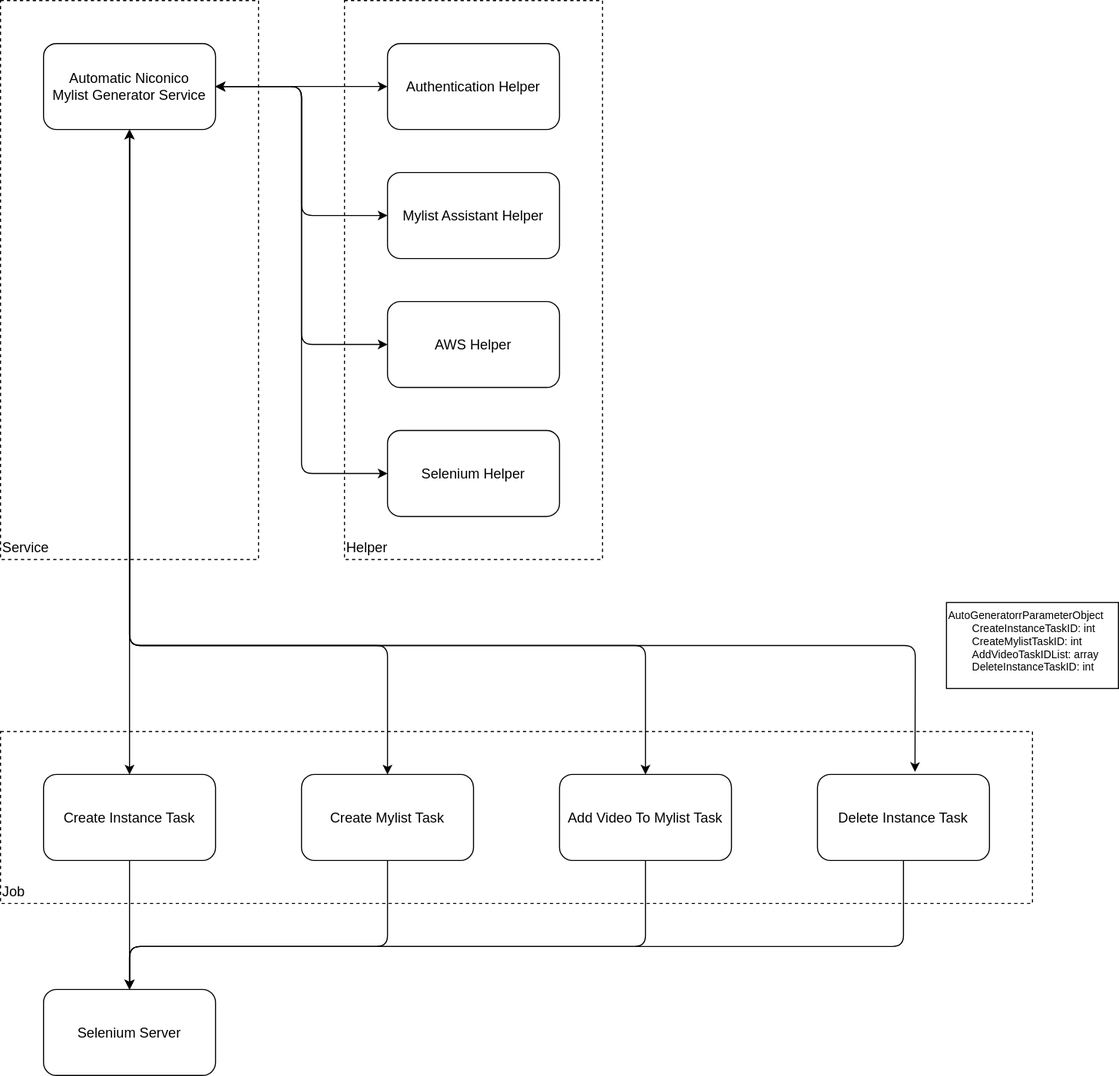
Earlier version of the draw.io export Doc/AutomaticNiconicoMylistGenerator/assets/component.svg (PONzu-0529/ponzu0529-niconico). Source tidied: cells renumbered, new cells last; positions are measured from the earlier drawing's top-left corner, leaving out a move shared by most shapes.
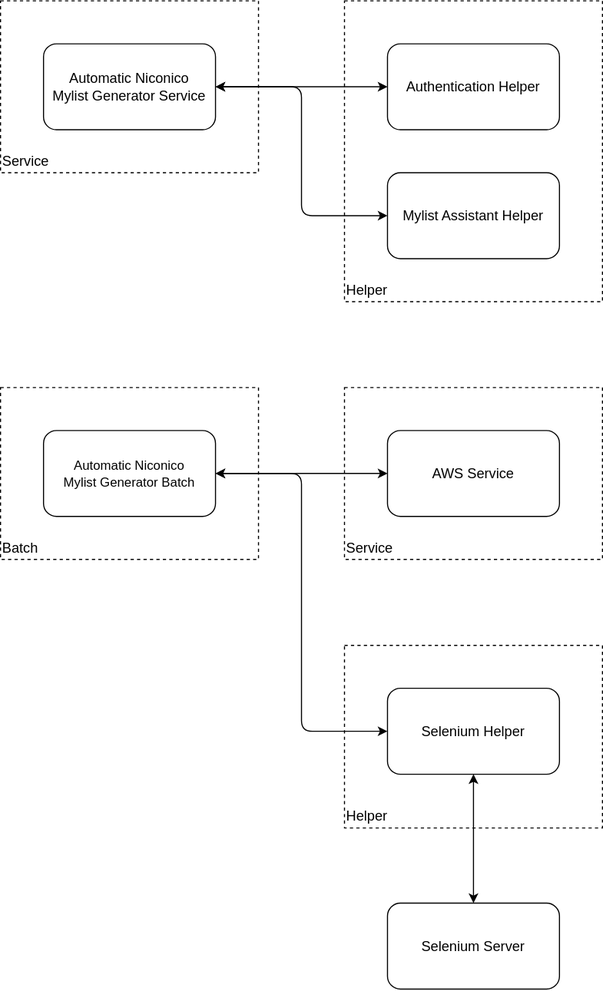
The same file after the commit.

Commit message:
Update Component Diagram #141

What changed in the source:
```diff
@@ -3,134 +3,65 @@
     <mxCell id="0" />
     <mxCell id="1" parent="0" />
     <mxCell id="2" value="&lt;font style=&quot;font-size: 13px;&quot;&gt;Selenium Server&lt;/font&gt;" style="rounded=1;whiteSpace=wrap;html=1;fillColor=none;fontSize=13;" parent="1" vertex="1">
-      <mxGeometry x="40" y="920" width="160" height="80" as="geometry" />
+      <mxGeometry x="360" y="840" width="160" height="80" as="geometry" />
     </mxCell>
-    <mxCell id="3" value="Job" style="rounded=0;whiteSpace=wrap;html=1;fontSize=13;fillColor=none;align=left;verticalAlign=bottom;dashed=1;" parent="1" vertex="1">
-      <mxGeometry y="680" width="960" height="160" as="geometry" />
+    <mxCell id="3" value="Batch" style="rounded=0;whiteSpace=wrap;html=1;fontSize=13;fillColor=none;align=left;verticalAlign=bottom;dashed=1;" parent="1" vertex="1">
+      <mxGeometry y="360" width="240" height="160" as="geometry" />
     </mxCell>
-    <mxCell id="4" style="edgeStyle=none;html=1;exitX=0.5;exitY=1;exitDx=0;exitDy=0;entryX=0.5;entryY=0;entryDx=0;entryDy=0;fontSize=10;" parent="1" edge="1" source="5" target="2">
-      <mxGeometry relative="1" as="geometry" />
-    </mxCell>
+    <mxCell id="28" style="edgeStyle=none;html=1;exitX=1;exitY=0.5;exitDx=0;exitDy=0;entryX=0;entryY=0.5;entryDx=0;entryDy=0;startArrow=classic;startFill=1;" parent="1" edge="1" source="5" target="31">
+      <mxGeometry relative="1" as="geometry" />
+    </mxCell>
+    <mxCell id="29" style="edgeStyle=none;html=1;exitX=1;exitY=0.5;exitDx=0;exitDy=0;entryX=0;entryY=0.5;entryDx=0;entryDy=0;startArrow=classic;startFill=1;" parent="1" edge="1" source="5" target="24">
+      <mxGeometry relative="1" as="geometry">
+        <Array as="points">
+          <mxPoint x="280" y="440" />
+          <mxPoint x="280" y="680" />
+        </Array>
+      </mxGeometry>
+    </mxCell>
-    <mxCell id="5" value="&lt;font style=&quot;font-size: 13px;&quot;&gt;Create Instance Task&lt;/font&gt;" style="rounded=1;whiteSpace=wrap;html=1;fillColor=none;fontSize=13;" parent="1" vertex="1">
-      <mxGeometry x="40" y="720" width="160" height="80" as="geometry" />
+    <mxCell id="5" value="&lt;span style=&quot;font-size: 12px; text-align: left;&quot;&gt;Automatic Niconico&lt;br&gt;Mylist Generator Batch&lt;/span&gt;" style="rounded=1;whiteSpace=wrap;html=1;fillColor=none;fontSize=13;" parent="1" vertex="1">
+      <mxGeometry x="40" y="400" width="160" height="80" as="geometry" />
     </mxCell>
-    <mxCell id="6" style="edgeStyle=none;html=1;exitX=0.5;exitY=1;exitDx=0;exitDy=0;entryX=0.5;entryY=0;entryDx=0;entryDy=0;fontSize=10;" parent="1" edge="1" source="7" target="2">
-      <mxGeometry relative="1" as="geometry">
-        <Array as="points">
-          <mxPoint x="360" y="880" />
-          <mxPoint x="120" y="880" />
-        </Array>
-      </mxGeometry>
-    </mxCell>
-    <mxCell id="7" value="&lt;font style=&quot;font-size: 13px;&quot;&gt;Create Mylist Task&lt;/font&gt;" style="rounded=1;whiteSpace=wrap;html=1;fillColor=none;fontSize=13;" parent="1" vertex="1">
-      <mxGeometry x="280" y="720" width="160" height="80" as="geometry" />
-    </mxCell>
-    <mxCell id="8" style="edgeStyle=none;html=1;exitX=0.5;exitY=1;exitDx=0;exitDy=0;entryX=0.5;entryY=0;entryDx=0;entryDy=0;fontSize=10;" parent="1" edge="1" source="9" target="2">
-      <mxGeometry relative="1" as="geometry">
-        <Array as="points">
-          <mxPoint x="600" y="880" />
-          <mxPoint x="120" y="880" />
-        </Array>
-      </mxGeometry>
-    </mxCell>
-    <mxCell id="9" value="&lt;font style=&quot;font-size: 13px;&quot;&gt;Add Video To Mylist Task&lt;/font&gt;" style="rounded=1;whiteSpace=wrap;html=1;fillColor=none;fontSize=13;" parent="1" vertex="1">
-      <mxGeometry x="520" y="720" width="160" height="80" as="geometry" />
-    </mxCell>
-    <mxCell id="10" style="edgeStyle=none;html=1;exitX=0.5;exitY=1;exitDx=0;exitDy=0;entryX=0.5;entryY=0;entryDx=0;entryDy=0;fontSize=10;" parent="1" edge="1" source="11" target="2">
-      <mxGeometry relative="1" as="geometry">
-        <Array as="points">
-          <mxPoint x="840" y="880" />
-          <mxPoint x="120" y="880" />
-        </Array>
-      </mxGeometry>
-    </mxCell>
-    <mxCell id="11" value="&lt;font style=&quot;font-size: 13px;&quot;&gt;Delete Instance Task&lt;/font&gt;" style="rounded=1;whiteSpace=wrap;html=1;fillColor=none;fontSize=13;" parent="1" vertex="1">
-      <mxGeometry x="760" y="720" width="160" height="80" as="geometry" />
-    </mxCell>
     <mxCell id="12" value="Service" style="rounded=0;whiteSpace=wrap;html=1;fontSize=13;fillColor=none;align=left;verticalAlign=bottom;dashed=1;" parent="1" vertex="1">
-      <mxGeometry width="240" height="520" as="geometry" />
+      <mxGeometry width="240" height="160" as="geometry" />
     </mxCell>
     <mxCell id="13" value="Helper" style="rounded=0;whiteSpace=wrap;html=1;fontSize=13;fillColor=none;align=left;verticalAlign=bottom;dashed=1;" parent="1" vertex="1">
-      <mxGeometry x="320" width="240" height="520" as="geometry" />
+      <mxGeometry x="320" width="240" height="280" as="geometry" />
     </mxCell>
-    <mxCell id="14" style="edgeStyle=none;html=1;exitX=0.5;exitY=1;exitDx=0;exitDy=0;fontSize=13;startArrow=classic;startFill=1;entryX=0.5;entryY=0;entryDx=0;entryDy=0;" parent="1" edge="1" source="22" target="7">
-      <mxGeometry relative="1" as="geometry">
-        <Array as="points">
-          <mxPoint x="120" y="600" />
-          <mxPoint x="360" y="600" />
-        </Array>
-      </mxGeometry>
-    </mxCell>
+    <mxCell id="17" style="edgeStyle=none;html=1;exitX=1;exitY=0.5;exitDx=0;exitDy=0;entryX=0;entryY=0.5;entryDx=0;entryDy=0;startArrow=classic;startFill=1;" parent="1" edge="1" source="22" target="25">
+      <mxGeometry relative="1" as="geometry">
+        <Array as="points">
+          <mxPoint x="280" y="80" />
+          <mxPoint x="280" y="200" />
+        </Array>
+      </mxGeometry>
+    </mxCell>
-    <mxCell id="15" style="edgeStyle=none;html=1;exitX=1;exitY=0.5;exitDx=0;exitDy=0;entryX=0;entryY=0.5;entryDx=0;entryDy=0;fontSize=13;startArrow=classic;startFill=1;" parent="1" edge="1" source="22" target="26">
+    <mxCell id="15" style="edgeStyle=none;html=1;exitX=1;exitY=0.5;exitDx=0;exitDy=0;entryX=0;entryY=0.5;entryDx=0;entryDy=0;startArrow=classic;startFill=1;" parent="1" edge="1" source="22" target="26">
       <mxGeometry relative="1" as="geometry" />
     </mxCell>
-    <mxCell id="16" style="edgeStyle=none;html=1;exitX=0.5;exitY=1;exitDx=0;exitDy=0;entryX=0.5;entryY=0;entryDx=0;entryDy=0;fontSize=13;startArrow=classic;startFill=1;" parent="1" edge="1" source="22" target="5">
-      <mxGeometry relative="1" as="geometry">
-        <Array as="points">
-          <mxPoint x="120" y="560" />
-        </Array>
-      </mxGeometry>
-    </mxCell>
-    <mxCell id="17" style="edgeStyle=none;html=1;exitX=1;exitY=0.5;exitDx=0;exitDy=0;entryX=0;entryY=0.5;entryDx=0;entryDy=0;fontSize=13;startArrow=classic;startFill=1;" parent="1" edge="1" source="22" target="25">
-      <mxGeometry relative="1" as="geometry">
-        <Array as="points">
-          <mxPoint x="280" y="80" />
-          <mxPoint x="280" y="200" />
-        </Array>
-      </mxGeometry>
-    </mxCell>
-    <mxCell id="18" style="edgeStyle=none;html=1;exitX=1;exitY=0.5;exitDx=0;exitDy=0;entryX=0;entryY=0.5;entryDx=0;entryDy=0;fontSize=13;startArrow=classic;startFill=1;" parent="1" edge="1" source="22" target="23">
-      <mxGeometry relative="1" as="geometry">
-        <Array as="points">
-          <mxPoint x="280" y="80" />
-          <mxPoint x="280" y="320" />
-        </Array>
-      </mxGeometry>
-    </mxCell>
-    <mxCell id="19" style="edgeStyle=none;html=1;exitX=1;exitY=0.5;exitDx=0;exitDy=0;entryX=0;entryY=0.5;entryDx=0;entryDy=0;fontSize=13;startArrow=classic;startFill=1;" parent="1" edge="1" source="22" target="24">
-      <mxGeometry relative="1" as="geometry">
-        <Array as="points">
-          <mxPoint x="280" y="80" />
-          <mxPoint x="280" y="440" />
-        </Array>
-      </mxGeometry>
-    </mxCell>
-    <mxCell id="20" style="edgeStyle=none;html=1;exitX=0.5;exitY=1;exitDx=0;exitDy=0;entryX=0.5;entryY=0;entryDx=0;entryDy=0;fontSize=13;startArrow=classic;startFill=1;" parent="1" edge="1" source="22" target="9">
-      <mxGeometry relative="1" as="geometry">
-        <Array as="points">
-          <mxPoint x="120" y="600" />
-          <mxPoint x="360" y="600" />
-          <mxPoint x="500" y="600" />
-          <mxPoint x="600" y="600" />
-        </Array>
-      </mxGeometry>
-    </mxCell>
-    <mxCell id="21" style="edgeStyle=none;html=1;exitX=0.5;exitY=1;exitDx=0;exitDy=0;entryX=0.567;entryY=-0.03;entryDx=0;entryDy=0;fontSize=13;startArrow=classic;startFill=1;entryPerimeter=0;" parent="1" edge="1" source="22" target="11">
-      <mxGeometry relative="1" as="geometry">
-        <Array as="points">
-          <mxPoint x="120" y="600" />
-          <mxPoint x="270" y="600" />
-          <mxPoint x="851" y="600" />
-        </Array>
-      </mxGeometry>
-    </mxCell>
     <mxCell id="22" value="Automatic Niconico&lt;br&gt;Mylist Generator Service" style="rounded=1;whiteSpace=wrap;html=1;fillColor=none;fontSize=13;" parent="1" vertex="1">
       <mxGeometry x="40" y="40" width="160" height="80" as="geometry" />
     </mxCell>
-    <mxCell id="23" value="AWS Helper" style="rounded=1;whiteSpace=wrap;html=1;fillColor=none;fontSize=13;" parent="1" vertex="1">
-      <mxGeometry x="360" y="280" width="160" height="80" as="geometry" />
-    </mxCell>
-    <mxCell id="24" value="Selenium Helper" style="rounded=1;whiteSpace=wrap;html=1;fillColor=none;fontSize=13;" parent="1" vertex="1">
-      <mxGeometry x="360" y="400" width="160" height="80" as="geometry" />
-    </mxCell>
     <mxCell id="25" value="Mylist Assistant Helper" style="rounded=1;whiteSpace=wrap;html=1;fillColor=none;fontSize=13;" parent="1" vertex="1">
       <mxGeometry x="360" y="160" width="160" height="80" as="geometry" />
     </mxCell>
     <mxCell id="26" value="Authentication Helper" style="rounded=1;whiteSpace=wrap;html=1;fillColor=none;fontSize=13;" parent="1" vertex="1">
       <mxGeometry x="360" y="40" width="160" height="80" as="geometry" />
     </mxCell>
-    <mxCell id="27" value="AutoGeneratorrParameterObject&lt;br&gt;&lt;span style=&quot;&quot;&gt;&#9;&lt;/span&gt;&lt;span style=&quot;white-space: pre;&quot;&gt;&#9;&lt;/span&gt;CreateInstanceTaskID: int&lt;br style=&quot;font-size: 10px;&quot;&gt;&lt;span style=&quot;&quot;&gt;&#9;&lt;/span&gt;&lt;span style=&quot;white-space: pre;&quot;&gt;&#9;&lt;/span&gt;CreateMylistTaskID: int&lt;br style=&quot;font-size: 10px;&quot;&gt;&lt;span style=&quot;&quot;&gt;&#9;&lt;/span&gt;&lt;span style=&quot;white-space: pre;&quot;&gt;&#9;&lt;/span&gt;AddVideoTaskIDList: array&lt;br style=&quot;font-size: 10px;&quot;&gt;&lt;span style=&quot;&quot;&gt;&#9;&lt;/span&gt;&lt;span style=&quot;white-space: pre;&quot;&gt;&#9;&lt;/span&gt;DeleteInstanceTaskID: int" style="rounded=0;whiteSpace=wrap;html=1;fillColor=none;align=left;verticalAlign=top;fontSize=10;" parent="1" vertex="1">
-      <mxGeometry x="880" y="560" width="160" height="80" as="geometry" />
-    </mxCell>
+    <mxCell id="30" value="Service" style="rounded=0;whiteSpace=wrap;html=1;fontSize=13;fillColor=none;align=left;verticalAlign=bottom;dashed=1;" parent="1" vertex="1">
+      <mxGeometry x="320" y="360" width="240" height="160" as="geometry" />
+    </mxCell>
+    <mxCell id="31" value="AWS Service" style="rounded=1;whiteSpace=wrap;html=1;fillColor=none;fontSize=13;" parent="1" vertex="1">
+      <mxGeometry x="360" y="400" width="160" height="80" as="geometry" />
+    </mxCell>
+    <mxCell id="32" value="Helper" style="rounded=0;whiteSpace=wrap;html=1;fontSize=13;fillColor=none;align=left;verticalAlign=bottom;dashed=1;" parent="1" vertex="1">
+      <mxGeometry x="320" y="600" width="240" height="170" as="geometry" />
+    </mxCell>
+    <mxCell id="33" style="edgeStyle=none;html=1;exitX=0.5;exitY=1;exitDx=0;exitDy=0;entryX=0.5;entryY=0;entryDx=0;entryDy=0;startArrow=classic;startFill=1;" parent="1" edge="1" source="24" target="2">
+      <mxGeometry relative="1" as="geometry" />
+    </mxCell>
+    <mxCell id="24" value="Selenium Helper" style="rounded=1;whiteSpace=wrap;html=1;fillColor=none;fontSize=13;" parent="1" vertex="1">
+      <mxGeometry x="360" y="640" width="160" height="80" as="geometry" />
+    </mxCell>
   </root>
 </mxGraphModel>
```
